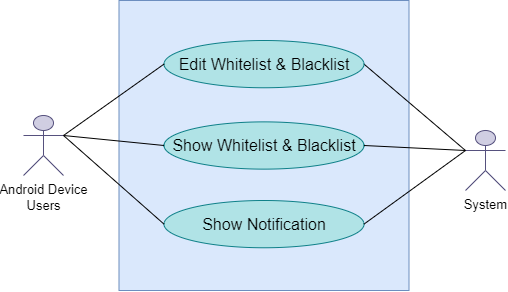
This is SRS/Diagrams/U-1.5.drawio.png from Shaikh1828/SPL-2, a draw.io export, as it was before one commit. Source tidied: cells renumbered, new cells last; positions are measured from the earlier drawing's top-left corner, leaving out a move shared by most shapes. Source of this version:
```xml
<mxGraphModel>
  <root>
    <mxCell id="0" />
    <mxCell id="1" parent="0" />
    <mxCell id="2" style="whiteSpace=wrap;html=1;fillColor=#dae8fc;strokeColor=#6c8ebf;" parent="1" vertex="1">
      <mxGeometry x="95.5" width="290" height="290" as="geometry" />
    </mxCell>
    <mxCell id="3" value="&lt;span style=&quot;font-size: 13px;&quot;&gt;System&lt;/span&gt;" style="shape=umlActor;verticalLabelPosition=bottom;verticalAlign=top;html=1;outlineConnect=0;strokeColor=#56517e;fillColor=#d0cee2;" parent="1" vertex="1">
      <mxGeometry x="442" y="130" width="40" height="60" as="geometry" />
    </mxCell>
    <mxCell id="4" style="endArrow=none;html=1;rounded=0;entryX=0;entryY=0.3333333333333333;entryDx=0;entryDy=0;entryPerimeter=0;exitX=1;exitY=0.5;exitDx=0;exitDy=0;strokeColor=#000000;" parent="1" edge="1" source="6" target="3">
      <mxGeometry relative="1" as="geometry" />
    </mxCell>
    <mxCell id="5" value="&lt;font style=&quot;font-size: 13px;&quot;&gt;Android Device&lt;/font&gt;&lt;div&gt;&lt;font style=&quot;font-size: 13px;&quot;&gt;Users&lt;/font&gt;&lt;/div&gt;" style="shape=umlActor;verticalLabelPosition=bottom;verticalAlign=top;html=1;outlineConnect=0;strokeColor=#56517e;fillColor=#d0cee2;" parent="1" vertex="1">
      <mxGeometry y="115" width="40" height="60" as="geometry" />
    </mxCell>
    <mxCell id="6" value="&lt;span style=&quot;font-size: 16px;&quot;&gt;Edit Whitelist &amp;amp; Blacklist&lt;/span&gt;" style="ellipse;whiteSpace=wrap;html=1;fillColor=#b0e3e6;strokeColor=#0e8088;" parent="1" vertex="1">
      <mxGeometry x="140.5" y="40" width="200" height="47.2" as="geometry" />
    </mxCell>
    <mxCell id="7" value="&lt;span style=&quot;font-size: 16px;&quot;&gt;Show Whitelist &amp;amp; Blacklist&lt;/span&gt;" style="ellipse;whiteSpace=wrap;html=1;fillColor=#b0e3e6;strokeColor=#0e8088;" parent="1" vertex="1">
      <mxGeometry x="140.5" y="121.4" width="200" height="47.2" as="geometry" />
    </mxCell>
    <mxCell id="8" value="&lt;font style=&quot;font-size: 16px;&quot;&gt;Show Notification&lt;/font&gt;" style="ellipse;whiteSpace=wrap;html=1;fillColor=#b0e3e6;strokeColor=#0e8088;" parent="1" vertex="1">
      <mxGeometry x="140.5" y="200" width="200" height="47.2" as="geometry" />
    </mxCell>
    <mxCell id="9" style="endArrow=none;html=1;rounded=0;exitX=1;exitY=0.5;exitDx=0;exitDy=0;strokeColor=#000000;entryX=0;entryY=0.3333333333333333;entryDx=0;entryDy=0;entryPerimeter=0;" parent="1" edge="1" source="7" target="3">
      <mxGeometry relative="1" as="geometry" />
    </mxCell>
    <mxCell id="10" style="endArrow=none;html=1;rounded=0;exitX=0;exitY=0.5;exitDx=0;exitDy=0;strokeColor=#000000;entryX=1;entryY=0.3333333333333333;entryDx=0;entryDy=0;entryPerimeter=0;" parent="1" edge="1" source="8" target="5">
      <mxGeometry relative="1" as="geometry" />
    </mxCell>
    <mxCell id="11" style="endArrow=none;html=1;rounded=0;exitX=0;exitY=0.5;exitDx=0;exitDy=0;strokeColor=#000000;entryX=1;entryY=0.3333333333333333;entryDx=0;entryDy=0;entryPerimeter=0;" parent="1" edge="1" source="6" target="5">
      <mxGeometry relative="1" as="geometry" />
    </mxCell>
    <mxCell id="12" style="endArrow=none;html=1;rounded=0;entryX=0;entryY=0.3333333333333333;entryDx=0;entryDy=0;entryPerimeter=0;exitX=1;exitY=0.5;exitDx=0;exitDy=0;strokeColor=#000000;" parent="1" edge="1" source="8" target="3">
      <mxGeometry relative="1" as="geometry" />
    </mxCell>
    <mxCell id="13" style="endArrow=none;html=1;rounded=0;exitX=0;exitY=0.5;exitDx=0;exitDy=0;strokeColor=#000000;entryX=1;entryY=0.3333333333333333;entryDx=0;entryDy=0;entryPerimeter=0;" parent="1" edge="1" source="7" target="5">
      <mxGeometry relative="1" as="geometry" />
    </mxCell>
  </root>
</mxGraphModel>
```
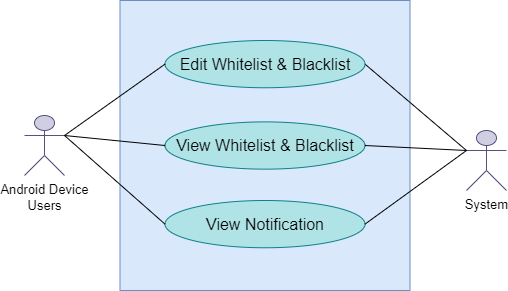
Later version of the same file.

What changed in the source:
```diff
@@ -17,10 +17,10 @@
     <mxCell id="6" value="&lt;span style=&quot;font-size: 16px;&quot;&gt;Edit Whitelist &amp;amp; Blacklist&lt;/span&gt;" style="ellipse;whiteSpace=wrap;html=1;fillColor=#b0e3e6;strokeColor=#0e8088;" parent="1" vertex="1">
       <mxGeometry x="140.5" y="40" width="200" height="47.2" as="geometry" />
     </mxCell>
-    <mxCell id="7" value="&lt;span style=&quot;font-size: 16px;&quot;&gt;Show Whitelist &amp;amp; Blacklist&lt;/span&gt;" style="ellipse;whiteSpace=wrap;html=1;fillColor=#b0e3e6;strokeColor=#0e8088;" parent="1" vertex="1">
+    <mxCell id="7" value="&lt;span style=&quot;font-size: 16px;&quot;&gt;View Whitelist &amp;amp; Blacklist&lt;/span&gt;" style="ellipse;whiteSpace=wrap;html=1;fillColor=#b0e3e6;strokeColor=#0e8088;" parent="1" vertex="1">
       <mxGeometry x="140.5" y="121.4" width="200" height="47.2" as="geometry" />
     </mxCell>
-    <mxCell id="8" value="&lt;font style=&quot;font-size: 16px;&quot;&gt;Show Notification&lt;/font&gt;" style="ellipse;whiteSpace=wrap;html=1;fillColor=#b0e3e6;strokeColor=#0e8088;" parent="1" vertex="1">
+    <mxCell id="8" value="&lt;font style=&quot;font-size: 16px;&quot;&gt;View Notification&lt;/font&gt;" style="ellipse;whiteSpace=wrap;html=1;fillColor=#b0e3e6;strokeColor=#0e8088;" parent="1" vertex="1">
       <mxGeometry x="140.5" y="200" width="200" height="47.2" as="geometry" />
     </mxCell>
     <mxCell id="9" style="endArrow=none;html=1;rounded=0;exitX=1;exitY=0.5;exitDx=0;exitDy=0;strokeColor=#000000;entryX=0;entryY=0.3333333333333333;entryDx=0;entryDy=0;entryPerimeter=0;" parent="1" edge="1" source="7" target="3">
```
